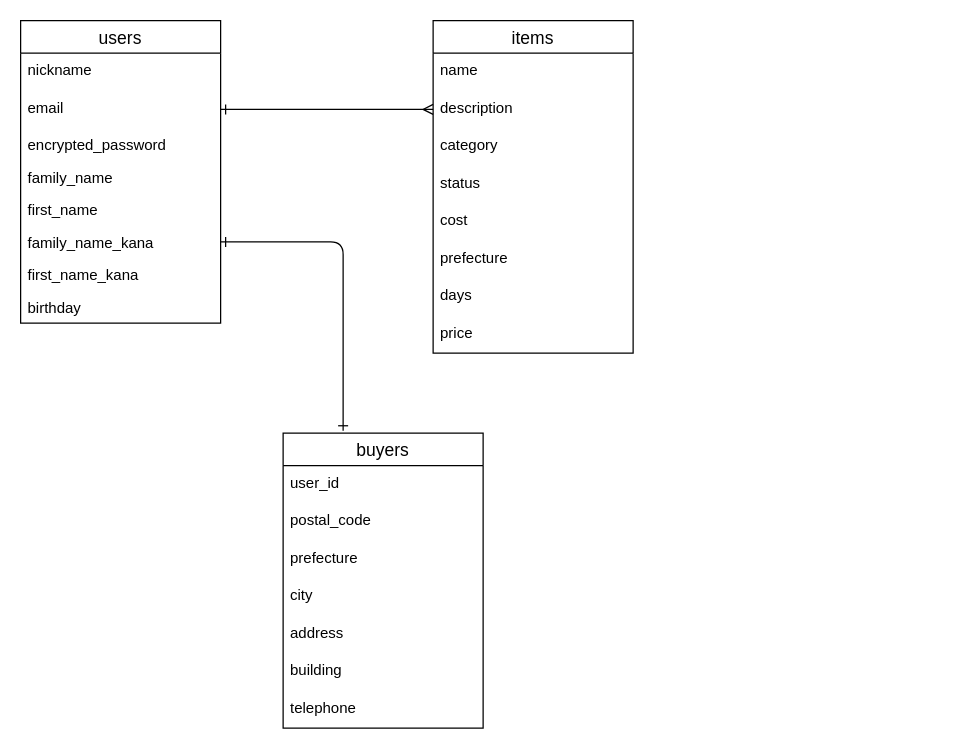
Earlier version of the draw.io diagram furima.dio (k7010/furima-37868). Source tidied: cells renumbered, new cells numbered last; positions are measured from the earlier drawing's top-left corner, leaving out a move shared by most shapes. Both pictures are drawn from the tidied source at 125%, with x=0, y=0 at pixel (20, 20).
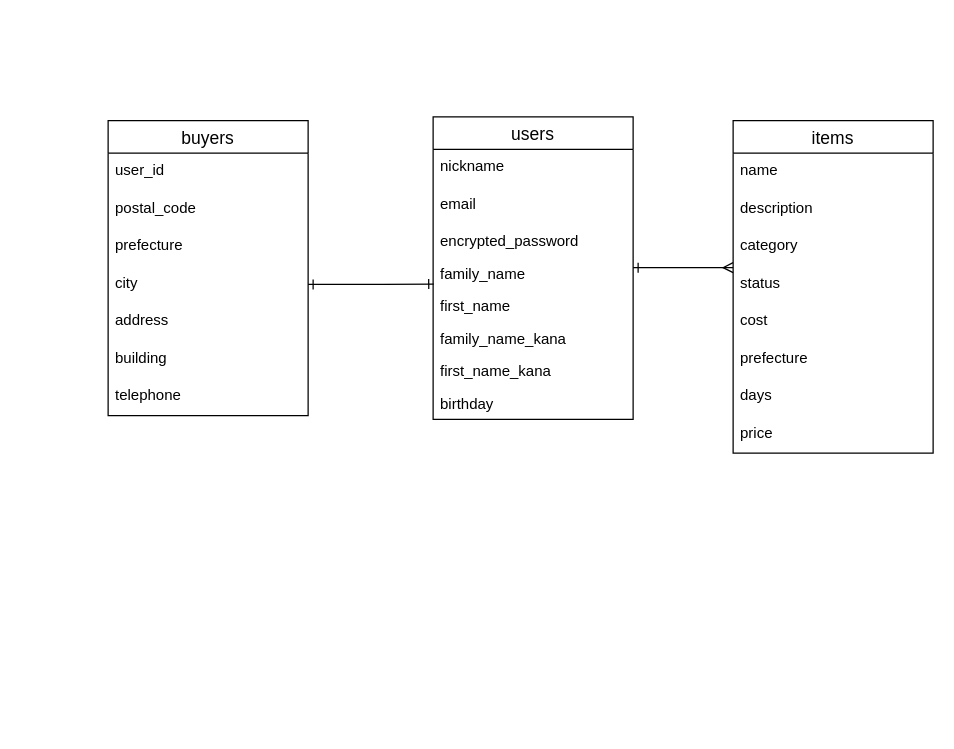
The same page after the edit.

The change refers to these unchanged cells:
```xml
<mxCell id="4" value="email" style="text;strokeColor=none;fillColor=none;spacingLeft=4;spacingRight=4;overflow=hidden;points=[[0,0.5],[1,0.5]];portConstraint=eastwest;fontSize=12;" parent="2" vertex="1">
  <mxGeometry y="56" width="160" height="30" as="geometry" />
</mxCell>
<mxCell id="6" value="family_name" style="text;strokeColor=none;fillColor=none;spacingLeft=4;spacingRight=4;overflow=hidden;points=[[0,0.5],[1,0.5]];portConstraint=eastwest;fontSize=12;" parent="2" vertex="1">
  <mxGeometry y="112" width="160" height="26" as="geometry" />
</mxCell>
<mxCell id="8" value="family_name_kana" style="text;strokeColor=none;fillColor=none;spacingLeft=4;spacingRight=4;overflow=hidden;points=[[0,0.5],[1,0.5]];portConstraint=eastwest;fontSize=12;" parent="2" vertex="1">
  <mxGeometry y="164" width="160" height="26" as="geometry" />
</mxCell>
<mxCell id="15" value="city" style="text;strokeColor=none;fillColor=none;spacingLeft=4;spacingRight=4;overflow=hidden;points=[[0,0.5],[1,0.5]];portConstraint=eastwest;fontSize=12;" parent="11" vertex="1">
  <mxGeometry y="116" width="160" height="30" as="geometry" />
</mxCell>
<mxCell id="21" value="description" style="text;strokeColor=none;fillColor=none;spacingLeft=4;spacingRight=4;overflow=hidden;points=[[0,0.5],[1,0.5]];portConstraint=eastwest;fontSize=12;" parent="19" vertex="1">
  <mxGeometry y="56" width="160" height="30" as="geometry" />
</mxCell>
```

Diff of the diagram source:
```diff
@@
     <mxCell id="2" value="users" style="swimlane;fontStyle=0;horizontal=1;startSize=26;align=center;fontSize=14;" parent="1" vertex="1">
-      <mxGeometry width="160" height="242" as="geometry" />
+      <mxGeometry x="330" y="77" width="160" height="242" as="geometry" />
     </mxCell>
@@
     <mxCell id="11" value="buyers" style="swimlane;fontStyle=0;horizontal=1;startSize=26;align=center;fontSize=14;" parent="1" vertex="1">
-      <mxGeometry x="210" y="330" width="160" height="236" as="geometry" />
+      <mxGeometry x="70" y="80" width="160" height="236" as="geometry" />
     </mxCell>
@@
     <mxCell id="19" value="items" style="swimlane;fontStyle=0;horizontal=1;startSize=26;align=center;fontSize=14;" parent="1" vertex="1">
-      <mxGeometry x="330" width="160" height="266" as="geometry" />
+      <mxGeometry x="570" y="80" width="160" height="266" as="geometry" />
     </mxCell>
@@
-    <mxCell id="28" style="edgeStyle=none;html=1;exitX=1;exitY=0.5;exitDx=0;exitDy=0;entryX=0;entryY=0.5;entryDx=0;entryDy=0;strokeColor=default;endArrow=ERmany;endFill=0;startArrow=ERone;startFill=0;" parent="1" edge="1" source="4" target="21">
-      <mxGeometry relative="1" as="geometry" />
+    <mxCell id="28" style="edgeStyle=none;html=1;strokeColor=default;endArrow=ERmany;endFill=0;startArrow=ERone;startFill=0;" parent="1" edge="1">
+      <mxGeometry relative="1" as="geometry">
+        <mxPoint x="490" y="197.6" as="sourcePoint" />
+        <mxPoint x="570" y="197.6" as="targetPoint" />
+      </mxGeometry>
     </mxCell>
-    <mxCell id="29" style="edgeStyle=orthogonalEdgeStyle;html=1;exitX=1;exitY=0.5;exitDx=0;exitDy=0;startArrow=ERone;startFill=0;endArrow=ERone;endFill=0;strokeColor=default;entryX=0.3;entryY=-0.008;entryDx=0;entryDy=0;entryPerimeter=0;" parent="1" edge="1" source="8" target="11">
-      <mxGeometry relative="1" as="geometry">
-        <Array as="points">
-          <mxPoint x="258" y="177" />
-        </Array>
-      </mxGeometry>
-    </mxCell>
+    <mxCell id="30" style="edgeStyle=orthogonalEdgeStyle;html=1;exitX=1;exitY=0.5;exitDx=0;exitDy=0;entryX=0.003;entryY=0.837;entryDx=0;entryDy=0;entryPerimeter=0;startArrow=ERone;startFill=0;endArrow=ERone;endFill=0;strokeColor=default;" parent="1" edge="1" source="15" target="6">
+      <mxGeometry relative="1" as="geometry" />
+    </mxCell>
```
